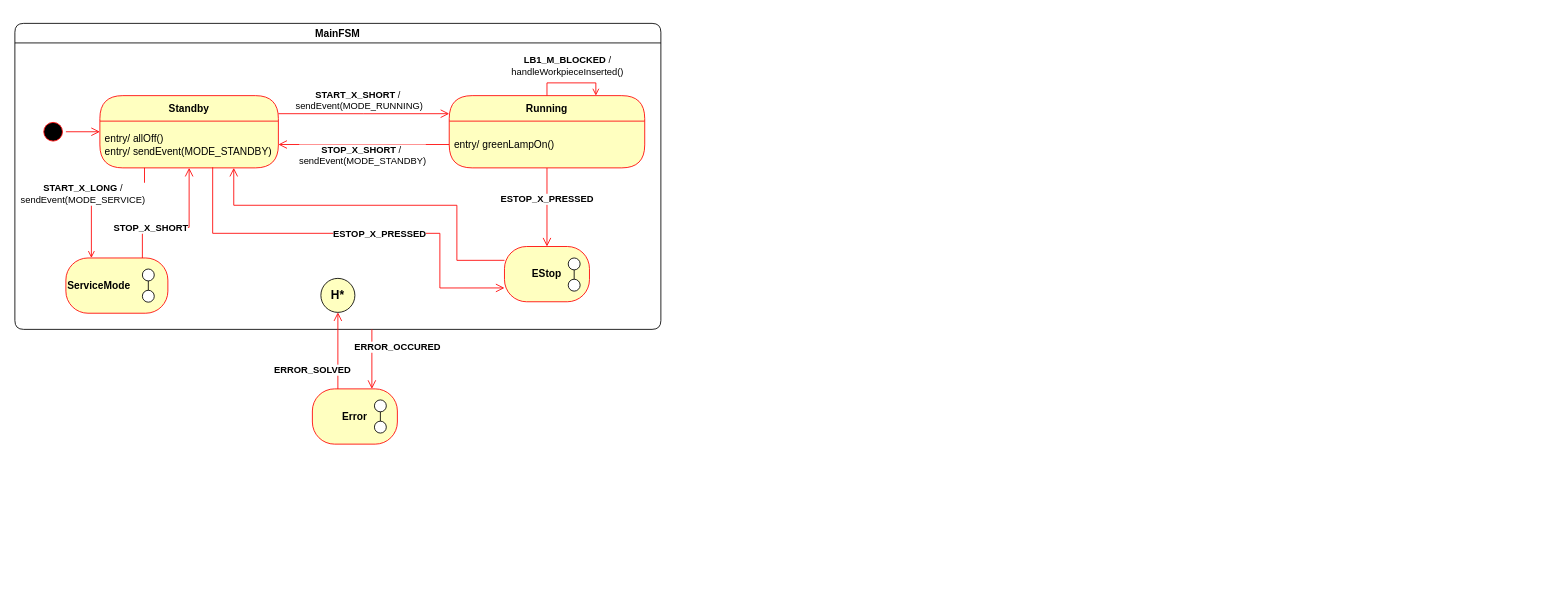
Before: page "main" (1 of 6) of docs/diagrams/fsm/state_machines.drawio in u2knwy/ESEP-2023SoSe-Team-2-1, a draw.io diagram. Source tidied: cells renumbered, new cells numbered last; positions are measured from the earlier drawing's top-left corner, leaving out a move shared by most shapes. Both pictures are drawn from the tidied source at 85%, with x=0, y=0 at pixel (14, 23).
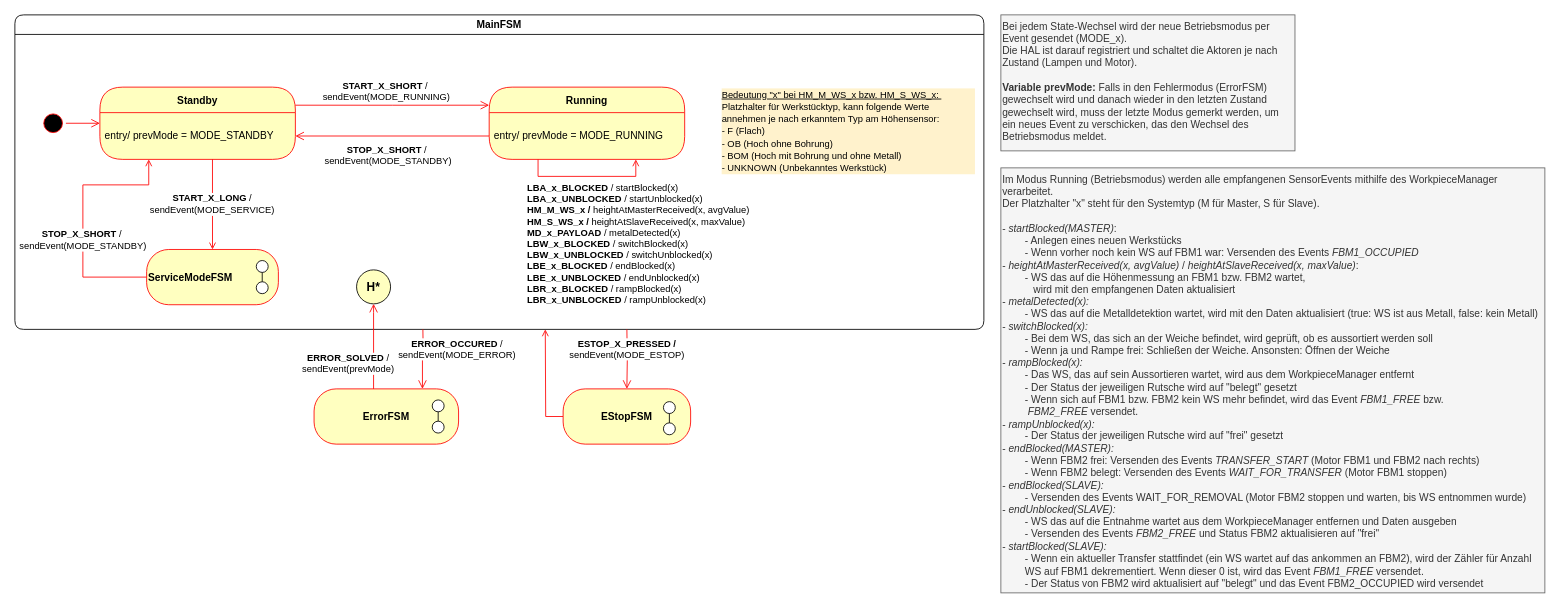
The same page after the edit.

Change to the diagram source:
```diff
@@
     <mxCell id="2" value="MainFSM" style="swimlane;rounded=1;" parent="1" vertex="1">
-      <mxGeometry width="760" height="360" as="geometry" />
+      <mxGeometry y="-10" width="1140" height="370" as="geometry" />
     </mxCell>
     <mxCell id="3" value="H*" style="ellipse;whiteSpace=wrap;html=1;rounded=1;fillColor=#FFFFC0;fontStyle=1;fontSize=14;" parent="2" vertex="1">
-      <mxGeometry x="360" y="300" width="40" height="40" as="geometry" />
+      <mxGeometry x="402" y="300" width="40" height="40" as="geometry" />
     </mxCell>
-    <mxCell id="4" value="ESTOP_X_PRESSED" style="edgeStyle=orthogonalEdgeStyle;html=1;verticalAlign=bottom;endArrow=open;endSize=8;strokeColor=#ff0000;rounded=0;entryX=0.5;entryY=0;entryDx=0;entryDy=0;exitX=0.5;exitY=1;exitDx=0;exitDy=0;fontStyle=1;" parent="2" edge="1" source="10" target="6">
-      <mxGeometry relative="1" as="geometry" />
-    </mxCell>
+    <mxCell id="13" value="&lt;b&gt;STOP_X_SHORT&lt;/b&gt;&lt;span style=&quot;border-color: var(--border-color);&quot;&gt;&amp;nbsp;/&amp;nbsp;&lt;/span&gt;&lt;br style=&quot;border-color: var(--border-color);&quot;&gt;&lt;span style=&quot;border-color: var(--border-color);&quot;&gt;sendEvent(MODE_STANDBY)&lt;/span&gt;" style="edgeStyle=orthogonalEdgeStyle;rounded=0;jettySize=auto;html=1;exitX=0;exitY=0.5;exitDx=0;exitDy=0;entryX=0.25;entryY=1;entryDx=0;entryDy=0;strokeColor=#FF0000;endArrow=open;endFill=0;" parent="2" edge="1" source="5" target="12">
+      <mxGeometry x="-0.18" relative="1" as="geometry">
+        <Array as="points">
+          <mxPoint x="80" y="309" />
+          <mxPoint x="80" y="200" />
+          <mxPoint x="158" y="200" />
+          <mxPoint x="158" y="170" />
+        </Array>
+      </mxGeometry>
+    </mxCell>
-    <mxCell id="5" value="ServiceMode" style="rounded=1;whiteSpace=wrap;html=1;arcSize=40;fontColor=#000000;fillColor=#ffffc0;strokeColor=#ff0000;fontStyle=1;align=left;" parent="2" vertex="1">
-      <mxGeometry x="60" y="276" width="120" height="65" as="geometry" />
+    <mxCell id="5" value="ServiceModeFSM" style="rounded=1;whiteSpace=wrap;html=1;arcSize=40;fontColor=#000000;fillColor=#ffffc0;strokeColor=#ff0000;fontStyle=1;align=left;" parent="2" vertex="1">
+      <mxGeometry x="155" y="276" width="155" height="65" as="geometry" />
     </mxCell>
-    <mxCell id="6" value="EStop" style="rounded=1;whiteSpace=wrap;html=1;arcSize=40;fontColor=#000000;fillColor=#ffffc0;strokeColor=#ff0000;fontStyle=1;align=center;" parent="2" vertex="1">
-      <mxGeometry x="576" y="262.5" width="100" height="65" as="geometry" />
-    </mxCell>
@@
-    <mxCell id="8" value="&lt;b&gt;LB1_M_BLOCKED&lt;/b&gt; / &lt;br&gt;handleWorkpieceInserted()" style="edgeStyle=orthogonalEdgeStyle;rounded=0;orthogonalLoop=1;jettySize=auto;html=1;exitX=0.5;exitY=0;exitDx=0;exitDy=0;entryX=0.75;entryY=0;entryDx=0;entryDy=0;strokeColor=#FF0000;endArrow=open;endFill=0;" parent="2" edge="1" source="9" target="9">
-      <mxGeometry x="-0.11" y="20" relative="1" as="geometry">
-        <Array as="points">
-          <mxPoint x="626" y="70" />
-          <mxPoint x="684" y="70" />
-        </Array>
-      </mxGeometry>
-    </mxCell>
     <mxCell id="9" value="Running" style="swimlane;fontStyle=1;align=center;verticalAlign=middle;horizontal=1;startSize=30;fontColor=#000000;rounded=1;arcSize=30;strokeColor=#ff0000;fillColor=#ffffc0;swimlaneFillColor=#ffffc0;" parent="2" vertex="1">
-      <mxGeometry x="511" y="85" width="230" height="85" as="geometry" />
+      <mxGeometry x="558" y="85" width="230" height="85" as="geometry" />
     </mxCell>
-    <mxCell id="10" value="entry/ greenLampOn()" style="text;html=1;strokeColor=none;fillColor=none;align=left;verticalAlign=middle;spacingLeft=4;spacingRight=4;whiteSpace=wrap;overflow=hidden;fontColor=#000000;" parent="9" vertex="1">
+    <mxCell id="10" value="entry/ prevMode = MODE_RUNNING" style="text;html=1;strokeColor=none;fillColor=none;align=left;verticalAlign=middle;spacingLeft=4;spacingRight=4;whiteSpace=wrap;overflow=hidden;fontColor=#000000;" parent="9" vertex="1">
       <mxGeometry y="30" width="230" height="55" as="geometry" />
     </mxCell>
+    <mxCell id="33" value="&lt;b&gt;LBA_x_BLOCKED&lt;/b&gt; / startBlocked(x)&lt;br&gt;&lt;b&gt;LBA_x_UNBLOCKED&lt;/b&gt; / startUnblocked(x)&lt;br&gt;&lt;b&gt;HM_M_WS_x / &lt;/b&gt;heightAtMasterReceived(x, avgValue)&lt;br&gt;&lt;b style=&quot;border-color: var(--border-color);&quot;&gt;HM_S_WS_x /&amp;nbsp;&lt;/b&gt;heightAtSlaveReceived(x, maxValue)&lt;br&gt;&lt;b&gt;MD_x_PAYLOAD&lt;/b&gt; / metalDetected(x)&lt;br style=&quot;border-color: var(--border-color);&quot;&gt;&lt;b&gt;LBW_x_BLOCKED&lt;/b&gt; / switchBlocked(x)&lt;br&gt;&lt;b&gt;LBW_x_UNBLOCKED&lt;/b&gt; / switchUnblocked(x)&lt;br&gt;&lt;b&gt;LBE_x_BLOCKED&lt;/b&gt; / endBlocked(x)&lt;br&gt;&lt;b&gt;LBE_x_UNBLOCKED&lt;/b&gt; / endUnblocked(x)&lt;br&gt;&lt;b&gt;LBR_x_BLOCKED&lt;/b&gt; / rampBlocked(x)&lt;br&gt;&lt;b&gt;LBR_x_UNBLOCKED&lt;/b&gt;&amp;nbsp;/ rampUnblocked(x)" style="edgeStyle=orthogonalEdgeStyle;rounded=0;orthogonalLoop=1;jettySize=auto;html=1;exitX=0.25;exitY=1;exitDx=0;exitDy=0;entryX=0.75;entryY=1;entryDx=0;entryDy=0;strokeColor=#FF0000;endArrow=open;endFill=0;align=left;" parent="9" edge="1" source="10" target="10">
+      <mxGeometry x="-0.74" y="-81" relative="1" as="geometry">
+        <mxPoint x="-15" y="-1" as="offset" />
+      </mxGeometry>
+    </mxCell>
     <mxCell id="11" value="Standby" style="swimlane;fontStyle=1;align=center;verticalAlign=middle;horizontal=1;startSize=30;fontColor=#000000;rounded=1;arcSize=30;strokeColor=#ff0000;fillColor=#ffffc0;swimlaneFillColor=#ffffc0;" parent="2" vertex="1">
-      <mxGeometry x="100" y="85" width="210" height="85" as="geometry" />
+      <mxGeometry x="100" y="85" width="230" height="85" as="geometry" />
     </mxCell>
-    <mxCell id="12" value="entry/ allOff()&lt;br&gt;entry/ sendEvent(MODE_STANDBY)" style="text;html=1;strokeColor=none;fillColor=none;align=left;verticalAlign=middle;spacingLeft=4;spacingRight=4;whiteSpace=wrap;overflow=hidden;fontColor=#000000;" parent="11" vertex="1">
-      <mxGeometry y="30" width="210" height="55" as="geometry" />
+    <mxCell id="12" value="entry/ prevMode = MODE_STANDBY" style="text;html=1;strokeColor=none;fillColor=none;align=left;verticalAlign=middle;spacingLeft=4;spacingRight=4;whiteSpace=wrap;overflow=hidden;fontColor=#000000;" parent="11" vertex="1">
+      <mxGeometry y="30" width="230" height="55" as="geometry" />
     </mxCell>
-    <mxCell id="13" value="STOP_X_SHORT" style="edgeStyle=orthogonalEdgeStyle;html=1;verticalAlign=bottom;endArrow=open;endSize=8;strokeColor=#ff0000;rounded=0;exitX=0.75;exitY=0;exitDx=0;exitDy=0;fontStyle=1;entryX=0.5;entryY=1;entryDx=0;entryDy=0;" parent="2" edge="1" source="5" target="12">
-      <mxGeometry x="-0.68" y="-10" relative="1" as="geometry">
-        <Array as="points">
-          <mxPoint x="150" y="240" />
-          <mxPoint x="205" y="240" />
-        </Array>
-      </mxGeometry>
-    </mxCell>
-    <mxCell id="14" value="ESTOP_X_PRESSED" style="edgeStyle=orthogonalEdgeStyle;html=1;verticalAlign=bottom;endArrow=open;endSize=8;strokeColor=#ff0000;rounded=0;exitX=0.632;exitY=0.989;exitDx=0;exitDy=0;fontStyle=1;exitPerimeter=0;entryX=0;entryY=0.75;entryDx=0;entryDy=0;" parent="2" edge="1" source="12" target="6">
-      <mxGeometry x="0.13" y="-10" relative="1" as="geometry">
-        <Array as="points">
-          <mxPoint x="233" y="247" />
-          <mxPoint x="500" y="247" />
-          <mxPoint x="500" y="311" />
-        </Array>
-      </mxGeometry>
-    </mxCell>
-    <mxCell id="15" style="edgeStyle=orthogonalEdgeStyle;html=1;verticalAlign=bottom;endArrow=open;endSize=8;strokeColor=#ff0000;rounded=0;exitX=0;exitY=0.25;exitDx=0;exitDy=0;entryX=0.75;entryY=1;entryDx=0;entryDy=0;" parent="2" edge="1" source="6" target="12">
-      <mxGeometry relative="1" as="geometry">
-        <Array as="points">
-          <mxPoint x="520" y="279" />
-          <mxPoint x="520" y="214" />
-          <mxPoint x="258" y="214" />
-        </Array>
-      </mxGeometry>
-    </mxCell>
@@
     <mxCell id="18" value="STOP_X_SHORT&lt;span style=&quot;font-weight: normal;&quot;&gt;&amp;nbsp;/&amp;nbsp;&lt;/span&gt;&lt;br style=&quot;border-color: var(--border-color); font-weight: 400;&quot;&gt;&lt;span style=&quot;font-weight: 400;&quot;&gt;sendEvent(MODE_STANDBY)&lt;/span&gt;" style="edgeStyle=orthogonalEdgeStyle;html=1;verticalAlign=bottom;endArrow=open;endSize=8;strokeColor=#ff0000;rounded=0;fontStyle=1;exitX=0;exitY=0.5;exitDx=0;exitDy=0;entryX=1;entryY=0.5;entryDx=0;entryDy=0;" parent="2" edge="1" source="10" target="12">
-      <mxGeometry x="0.01" y="28" relative="1" as="geometry" />
+      <mxGeometry x="0.04" y="37" relative="1" as="geometry">
+        <mxPoint y="1" as="offset" />
+      </mxGeometry>
     </mxCell>
-    <mxCell id="19" value="START_X_LONG&lt;span style=&quot;font-weight: normal;&quot;&gt;&amp;nbsp;/&lt;br&gt;sendEvent(MODE_SERVICE)&lt;br&gt;&lt;/span&gt;" style="edgeStyle=orthogonalEdgeStyle;rounded=0;jettySize=auto;html=1;exitX=0.25;exitY=1;exitDx=0;exitDy=0;entryX=0.25;entryY=0;entryDx=0;entryDy=0;strokeColor=#FF0000;endArrow=open;endFill=0;fontStyle=1;" parent="2" edge="1" source="12" target="5">
-      <mxGeometry x="0.22" y="-14" relative="1" as="geometry">
-        <Array as="points">
-          <mxPoint x="152" y="210" />
-          <mxPoint x="90" y="210" />
-        </Array>
-        <mxPoint x="4" y="-10" as="offset" />
-      </mxGeometry>
-    </mxCell>
     <mxCell id="20" style="ellipse;whiteSpace=wrap;html=1;rounded=1;fontSize=14;fillColor=#FFFFFF;" parent="2" vertex="1">
-      <mxGeometry x="651" y="301" width="14" height="14" as="geometry" />
+      <mxGeometry x="764" y="468" width="14" height="14" as="geometry" />
     </mxCell>
     <mxCell id="21" style="ellipse;whiteSpace=wrap;html=1;rounded=1;fontSize=14;fillColor=#FFFFFF;" parent="2" vertex="1">
-      <mxGeometry x="651" y="276" width="14" height="14" as="geometry" />
+      <mxGeometry x="764" y="443" width="14" height="14" as="geometry" />
     </mxCell>
-    <mxCell id="22" style="edgeStyle=orthogonalEdgeStyle;rounded=0;jettySize=auto;html=1;exitX=0.5;exitY=1;exitDx=0;exitDy=0;entryX=0.5;entryY=0;entryDx=0;entryDy=0;strokeColor=#000000;fontSize=14;endArrow=none;endFill=0;" parent="2" edge="1" source="21" target="20">
-      <mxGeometry relative="1" as="geometry" />
+    <mxCell id="22" style="edgeStyle=orthogonalEdgeStyle;rounded=0;orthogonalLoop=1;jettySize=auto;html=1;exitX=0.5;exitY=1;exitDx=0;exitDy=0;entryX=0.5;entryY=0;entryDx=0;entryDy=0;strokeColor=#000000;fontSize=14;endArrow=none;endFill=0;" parent="2" edge="1">
+      <mxGeometry relative="1" as="geometry">
+        <mxPoint x="771" y="458" as="sourcePoint" />
+        <mxPoint x="771" y="469" as="targetPoint" />
+      </mxGeometry>
     </mxCell>
     <mxCell id="23" style="ellipse;whiteSpace=wrap;html=1;rounded=1;fontSize=14;fillColor=#FFFFFF;" parent="2" vertex="1">
-      <mxGeometry x="150" y="314" width="14" height="14" as="geometry" />
+      <mxGeometry x="284" y="314" width="14" height="14" as="geometry" />
     </mxCell>
     <mxCell id="24" style="ellipse;whiteSpace=wrap;html=1;rounded=1;fontSize=14;fillColor=#FFFFFF;" parent="2" vertex="1">
-      <mxGeometry x="150" y="289" width="14" height="14" as="geometry" />
+      <mxGeometry x="284" y="289" width="14" height="14" as="geometry" />
     </mxCell>
@@
+    <mxCell id="19" value="&lt;b&gt;START_X_LONG&lt;/b&gt;&lt;span style=&quot;border-color: var(--border-color);&quot;&gt;&amp;nbsp;/&lt;br style=&quot;border-color: var(--border-color);&quot;&gt;sendEvent(MODE_SERVICE)&lt;/span&gt;" style="edgeStyle=orthogonalEdgeStyle;rounded=0;jettySize=auto;html=1;exitX=0.576;exitY=1;exitDx=0;exitDy=0;entryX=0.5;entryY=0;entryDx=0;entryDy=0;strokeColor=#FF0000;endArrow=open;endFill=0;exitPerimeter=0;" parent="2" edge="1" source="12" target="5">
+      <mxGeometry relative="1" as="geometry" />
+    </mxCell>
+    <mxCell id="34" value="&lt;div style=&quot;&quot;&gt;&lt;span style=&quot;font-size: 11px;&quot;&gt;&lt;span&gt;&lt;u&gt;Bedeutung &quot;x&quot; bei HM_M_WS_x bzw. HM_S_WS_x:&amp;nbsp;&lt;/u&gt;&lt;/span&gt;&lt;/span&gt;&lt;/div&gt;&lt;div style=&quot;&quot;&gt;&lt;span style=&quot;font-size: 11px;&quot;&gt;&lt;span&gt;Platzhalter für Werkstücktyp, kann folgende Werte annehmen je nach erkanntem Typ am Höhensensor:&lt;/span&gt;&lt;/span&gt;&lt;/div&gt;&lt;span style=&quot;border-color: var(--border-color); font-size: 11px;&quot;&gt;- F (Flach)&lt;br&gt;- OB (Hoch ohne Bohrung)&lt;br&gt;- BOM (Hoch mit Bohrung und ohne Metall)&lt;br&gt;- UNKNOWN (Unbekanntes Werkstück)&lt;/span&gt;" style="text;html=1;strokeColor=none;fillColor=none;align=left;verticalAlign=top;whiteSpace=wrap;rounded=0;fontStyle=0;labelBorderColor=none;labelBackgroundColor=#FFF2CC;" parent="2" vertex="1">
+      <mxGeometry x="830" y="80" width="300" height="120" as="geometry" />
+    </mxCell>
-    <mxCell id="26" value="ERROR_OCCURED" style="edgeStyle=orthogonalEdgeStyle;html=1;verticalAlign=bottom;endArrow=open;endSize=8;strokeColor=#ff0000;rounded=0;entryX=0.5;entryY=0;entryDx=0;entryDy=0;fontStyle=1;" parent="1" edge="1">
-      <mxGeometry x="-0.14" y="30" relative="1" as="geometry">
-        <mxPoint x="420" y="360" as="sourcePoint" />
-        <mxPoint x="420" y="430" as="targetPoint" />
+    <mxCell id="26" value="ERROR_OCCURED&lt;span style=&quot;font-weight: normal;&quot;&gt; /&lt;br&gt;sendEvent(MODE_ERROR)&lt;/span&gt;" style="edgeStyle=orthogonalEdgeStyle;html=1;verticalAlign=bottom;endArrow=open;endSize=8;strokeColor=#ff0000;rounded=0;entryX=0.75;entryY=0;entryDx=0;entryDy=0;fontStyle=1;" parent="1" edge="1" target="28">
+      <mxGeometry x="0.14" y="40" relative="1" as="geometry">
+        <mxPoint x="480" y="360" as="sourcePoint" />
       </mxGeometry>
     </mxCell>
-    <mxCell id="27" value="ERROR_SOLVED" style="edgeStyle=orthogonalEdgeStyle;html=1;verticalAlign=bottom;endArrow=open;endSize=8;strokeColor=#ff0000;rounded=0;entryX=0.5;entryY=1;entryDx=0;entryDy=0;exitX=0.25;exitY=0;exitDx=0;exitDy=0;fontStyle=1;" parent="1" edge="1" target="3">
-      <mxGeometry x="-0.71" y="30" relative="1" as="geometry">
-        <mxPoint x="380" y="430" as="sourcePoint" />
+    <mxCell id="27" value="ERROR_SOLVED&lt;span style=&quot;font-weight: normal;&quot;&gt; /&lt;br&gt;sendEvent(prevMode)&lt;/span&gt;" style="edgeStyle=orthogonalEdgeStyle;html=1;verticalAlign=bottom;endArrow=open;endSize=8;strokeColor=#ff0000;rounded=0;entryX=0.5;entryY=1;entryDx=0;entryDy=0;exitX=0.25;exitY=0;exitDx=0;exitDy=0;fontStyle=1;" parent="1" edge="1" target="3">
+      <mxGeometry x="-0.72" y="30" relative="1" as="geometry">
+        <mxPoint x="422" y="430" as="sourcePoint" />
         <Array as="points">
-          <mxPoint x="380" y="340" />
-          <mxPoint x="380" y="340" />
+          <mxPoint x="422" y="340" />
+          <mxPoint x="422" y="340" />
         </Array>
       </mxGeometry>
     </mxCell>
-    <mxCell id="28" value="Error" style="rounded=1;whiteSpace=wrap;html=1;arcSize=40;fontColor=#000000;fillColor=#ffffc0;strokeColor=#ff0000;fontStyle=1;align=center;" parent="1" vertex="1">
-      <mxGeometry x="350" y="430" width="100" height="65" as="geometry" />
+    <mxCell id="28" value="ErrorFSM" style="rounded=1;whiteSpace=wrap;html=1;arcSize=40;fontColor=#000000;fillColor=#ffffc0;strokeColor=#ff0000;fontStyle=1;align=center;" parent="1" vertex="1">
+      <mxGeometry x="352" y="430" width="170" height="65" as="geometry" />
     </mxCell>
     <mxCell id="29" style="group;" parent="1" vertex="1">
-      <mxGeometry x="420" y="435" width="20" height="55" as="geometry" />
+      <mxGeometry x="488" y="435" width="20" height="55" as="geometry" />
     </mxCell>
@@
+    <mxCell id="35" style="edgeStyle=orthogonalEdgeStyle;rounded=0;jettySize=auto;html=1;exitX=0;exitY=0.5;exitDx=0;exitDy=0;strokeColor=#FF0000;endArrow=open;endFill=0;" parent="1" edge="1" source="6">
+      <mxGeometry relative="1" as="geometry">
+        <mxPoint x="624" y="360" as="targetPoint" />
+      </mxGeometry>
+    </mxCell>
+    <mxCell id="6" value="EStopFSM" style="rounded=1;whiteSpace=wrap;html=1;arcSize=40;fontColor=#000000;fillColor=#ffffc0;strokeColor=#ff0000;fontStyle=1;align=center;" parent="1" vertex="1">
+      <mxGeometry x="645" y="430" width="150" height="65" as="geometry" />
+    </mxCell>
+    <mxCell id="4" value="ESTOP_X_PRESSED&amp;nbsp;/&lt;br style=&quot;border-color: var(--border-color); font-weight: 400;&quot;&gt;&lt;span style=&quot;font-weight: 400;&quot;&gt;sendEvent(MODE_ESTOP)&lt;/span&gt;" style="edgeStyle=orthogonalEdgeStyle;html=1;verticalAlign=bottom;endArrow=open;endSize=8;strokeColor=#ff0000;rounded=0;entryX=0.5;entryY=0;entryDx=0;entryDy=0;fontStyle=1;" parent="1" edge="1" target="6">
+      <mxGeometry x="0.14" relative="1" as="geometry">
+        <mxPoint x="720" y="360" as="sourcePoint" />
+      </mxGeometry>
+    </mxCell>
+    <mxCell id="36" style="ellipse;whiteSpace=wrap;html=1;rounded=1;fontSize=14;fillColor=#FFFFFF;" parent="1" vertex="1">
+      <mxGeometry x="763" y="470" width="14" height="14" as="geometry" />
+    </mxCell>
+    <mxCell id="37" style="ellipse;whiteSpace=wrap;html=1;rounded=1;fontSize=14;fillColor=#FFFFFF;" parent="1" vertex="1">
+      <mxGeometry x="763" y="445" width="14" height="14" as="geometry" />
+    </mxCell>
+    <mxCell id="38" style="edgeStyle=orthogonalEdgeStyle;rounded=0;jettySize=auto;html=1;exitX=0.5;exitY=1;exitDx=0;exitDy=0;entryX=0.5;entryY=0;entryDx=0;entryDy=0;strokeColor=#000000;fontSize=14;endArrow=none;endFill=0;" parent="1" edge="1" source="37" target="36">
+      <mxGeometry relative="1" as="geometry" />
+    </mxCell>
+    <mxCell id="39" value="Bei jedem State-Wechsel wird der neue Betriebsmodus per Event gesendet (MODE_x).&lt;br&gt;Die HAL ist darauf registriert und schaltet die Aktoren je nach Zustand (Lampen und Motor).&lt;br&gt;&lt;br&gt;&lt;b&gt;Variable prevMode: &lt;/b&gt;Falls in den Fehlermodus (ErrorFSM) gewechselt wird und danach wieder in den letzten Zustand gewechselt wird, muss der letzte Modus gemerkt werden, um ein neues Event zu verschicken, das den Wechsel des Betriebsmodus meldet." style="text;html=1;strokeColor=#666666;fillColor=#f5f5f5;align=left;verticalAlign=top;whiteSpace=wrap;rounded=0;fontColor=#333333;" parent="1" vertex="1">
+      <mxGeometry x="1160" y="-10" width="346" height="160" as="geometry" />
+    </mxCell>
+    <mxCell id="40" value="Im Modus Running (Betriebsmodus) werden alle empfangenen SensorEvents mithilfe des WorkpieceManager verarbeitet.&lt;br&gt;Der Platzhalter &quot;x&quot; steht für den Systemtyp (M für Master, S für Slave).&lt;br&gt;&lt;br&gt;- &lt;i&gt;startBlocked(MASTER)&lt;/i&gt;: &lt;br&gt;&lt;span style=&quot;white-space: pre;&quot;&gt;&#9;&lt;/span&gt;- Anlegen eines neuen Werkstücks&lt;br&gt;&lt;span style=&quot;white-space: pre;&quot;&gt;&#9;&lt;/span&gt;- Wenn vorher noch kein WS auf FBM1 war: Versenden des Events &lt;i&gt;FBM1_OCCUPIED&lt;/i&gt;&lt;br&gt;- &lt;i&gt;heightAtMasterReceived(x, avgValue)&lt;/i&gt; / &lt;i&gt;heightAtSlaveReceived(x, maxValue)&lt;/i&gt;:&lt;br&gt;&lt;span style=&quot;white-space: pre;&quot;&gt;&#9;&lt;/span&gt;- WS das auf die Höhenmessung an FBM1 bzw. FBM2 wartet, &lt;br&gt;&lt;span style=&quot;white-space: pre;&quot;&gt;&#9;&lt;/span&gt;&amp;nbsp; &amp;nbsp;wird mit den empfangenen Daten aktualisiert&lt;br&gt;- &lt;i&gt;metalDetected(x):&lt;/i&gt;&lt;br&gt;&lt;span style=&quot;white-space: pre;&quot;&gt;&#9;&lt;/span&gt;- WS das auf die Metalldetektion wartet, wird mit den Daten aktualisiert (true: WS ist aus Metall, false: kein Metall)&lt;br&gt;- &lt;i&gt;switchBlocked(x):&lt;/i&gt;&lt;br&gt;&lt;span style=&quot;white-space: pre;&quot;&gt;&#9;&lt;/span&gt;- Bei dem WS, das sich an der Weiche befindet, wird geprüft, ob es aussortiert werden soll&lt;br&gt;&lt;span style=&quot;white-space: pre;&quot;&gt;&#9;&lt;/span&gt;- Wenn ja und Rampe frei: Schließen der Weiche. Ansonsten: Öffnen der Weiche&lt;br&gt;- &lt;i&gt;rampBlocked(x):&lt;/i&gt;&lt;br&gt;&lt;span style=&quot;white-space: pre;&quot;&gt;&#9;&lt;/span&gt;- Das WS, das auf sein Aussortieren wartet, wird aus dem WorkpieceManager entfernt&lt;br&gt;&lt;span style=&quot;white-space: pre;&quot;&gt;&#9;&lt;/span&gt;- Der Status der jeweiligen Rutsche wird auf &quot;belegt&quot; gesetzt&lt;br&gt;&lt;span style=&quot;white-space: pre;&quot;&gt;&#9;&lt;/span&gt;- Wenn sich auf FBM1 bzw. FBM2 kein WS mehr befindet, wird das Event &lt;i&gt;FBM1_FREE &lt;/i&gt;bzw. &lt;span style=&quot;white-space: pre;&quot;&gt;&#9;&lt;/span&gt;&amp;nbsp;&lt;i&gt;FBM2_FREE&amp;nbsp;&lt;/i&gt;versendet.&lt;br&gt;- &lt;i&gt;rampUnblocked(x):&lt;/i&gt;&lt;br&gt;&lt;span style=&quot;white-space: pre;&quot;&gt;&#9;&lt;/span&gt;- Der Status der jeweiligen Rutsche wird auf &quot;frei&quot; gesetzt&lt;br&gt;- &lt;i&gt;endBlocked(MASTER):&lt;/i&gt;&lt;br&gt;&lt;span style=&quot;white-space: pre;&quot;&gt;&#9;&lt;/span&gt;- Wenn FBM2 frei: Versenden des Events &lt;i&gt;TRANSFER_START &lt;/i&gt;(Motor FBM1 und FBM2 nach rechts)&lt;br&gt;&lt;span style=&quot;white-space: pre;&quot;&gt;&#9;&lt;/span&gt;- Wenn FBM2 belegt: Versenden des Events &lt;i&gt;WAIT_FOR_TRANSFER &lt;/i&gt;(Motor FBM1 stoppen)&lt;br&gt;- &lt;i&gt;endBlocked(SLAVE):&lt;/i&gt;&lt;br&gt;&lt;span style=&quot;white-space: pre;&quot;&gt;&#9;&lt;/span&gt;- Versenden des Events WAIT_FOR_REMOVAL (Motor FBM2 stoppen und warten, bis WS entnommen wurde)&lt;br&gt;- &lt;i&gt;endUnblocked(SLAVE):&lt;/i&gt;&lt;br&gt;&lt;span style=&quot;white-space: pre;&quot;&gt;&#9;&lt;/span&gt;- WS das auf die Entnahme wartet aus dem WorkpieceManager entfernen und Daten ausgeben&lt;br&gt;&lt;span style=&quot;white-space: pre;&quot;&gt;&#9;&lt;/span&gt;- Versenden des Events &lt;i&gt;FBM2_FREE&lt;/i&gt; und Status FBM2 aktualisieren auf &quot;frei&quot;&lt;br&gt;- &lt;i&gt;startBlocked(SLAVE):&lt;/i&gt;&lt;br&gt;&lt;span style=&quot;white-space: pre;&quot;&gt;&#9;&lt;/span&gt;- Wenn ein aktueller Transfer stattfindet (ein WS wartet auf das ankommen an FBM2), wird der Zähler für Anzahl &lt;span style=&quot;white-space: pre;&quot;&gt;&#9;&lt;/span&gt;WS auf FBM1 dekrementiert. Wenn dieser 0 ist, wird das Event &lt;i&gt;FBM1_FREE&lt;/i&gt; versendet.&lt;br&gt;&lt;span style=&quot;white-space: pre;&quot;&gt;&#9;&lt;/span&gt;- Der Status von FBM2 wird aktualisiert auf &quot;belegt&quot; und das Event FBM2_OCCUPIED wird versendet" style="text;html=1;strokeColor=#666666;fillColor=#f5f5f5;align=left;verticalAlign=top;whiteSpace=wrap;rounded=0;fontColor=#333333;" parent="1" vertex="1">
+      <mxGeometry x="1160" y="170" width="640" height="500" as="geometry" />
+    </mxCell>
```
